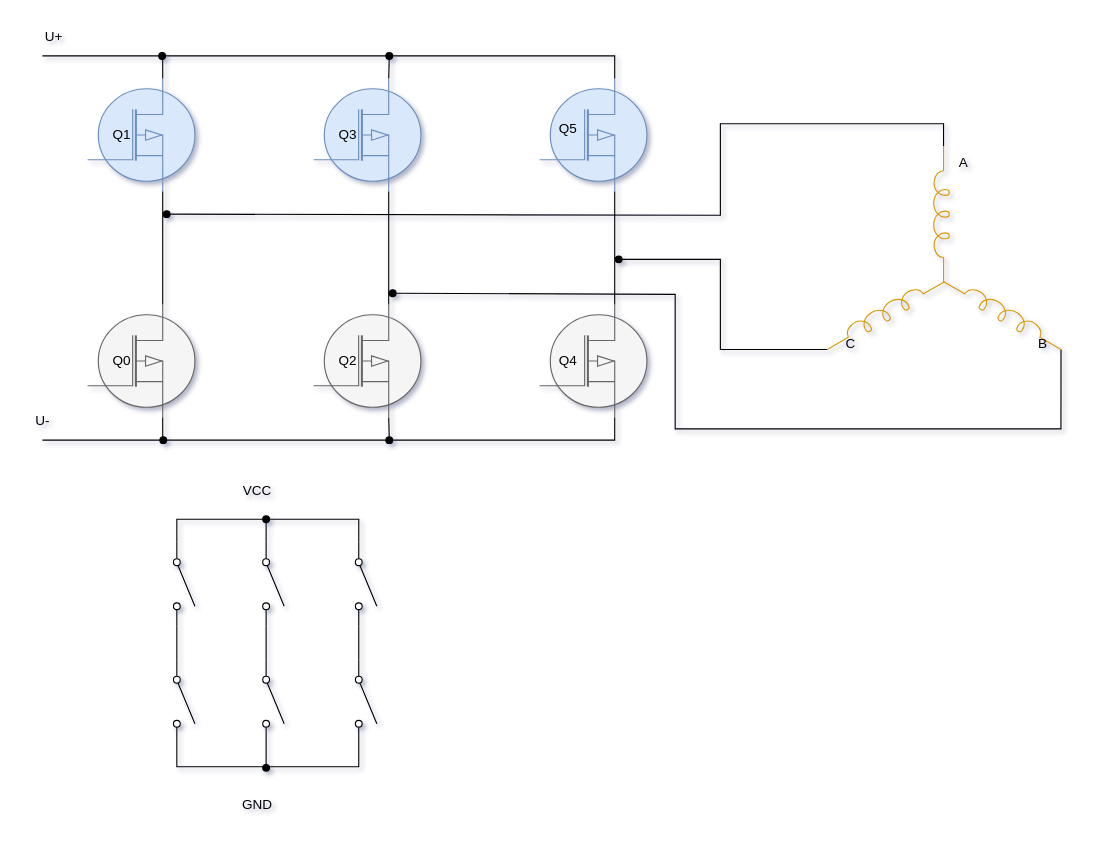
The draw.io diagram page "基础原理" (1 of 2) of 三相对称星形接法.drawio in Vinson-001/Blog-flow-chart, before the edit. Source tidied: cells renumbered, new cells numbered last; positions are measured from the earlier drawing's top-left corner, leaving out a move shared by most shapes. Both pictures are drawn from the tidied source at 113%, with x=0, y=0 at pixel (19, 19).
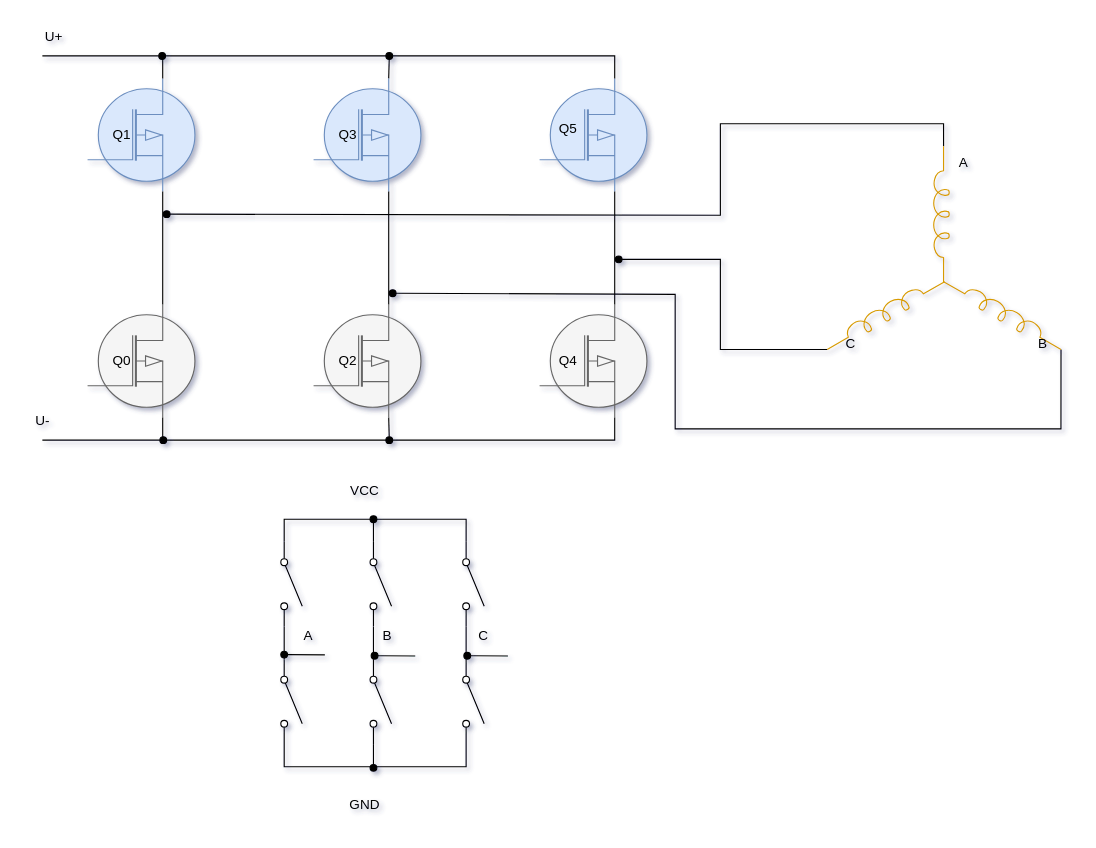
The same diagram, later.

Diff of the diagram source:
```diff
@@
+    <mxCell id="51" style="group;" parent="1" vertex="1">
+      <mxGeometry x="230" y="402" width="202" height="308" as="geometry" />
+    </mxCell>
+    <mxCell id="49" value="VCC" style="text;html=1;align=center;verticalAlign=middle;strokeColor=none;fillColor=none;" parent="51" vertex="1">
+      <mxGeometry x="50" width="50" height="30" as="geometry" />
+    </mxCell>
+    <mxCell id="50" value="GND" style="text;html=1;align=center;verticalAlign=middle;strokeColor=none;fillColor=none;" parent="51" vertex="1">
+      <mxGeometry x="50" y="278" width="50" height="30" as="geometry" />
+    </mxCell>
+    <mxCell id="52" style="group;" parent="51" vertex="1">
+      <mxGeometry y="40" width="202" height="220" as="geometry" />
+    </mxCell>
-    <mxCell id="36" style="edgeStyle=orthogonalEdgeStyle;rounded=0;jettySize=auto;html=1;exitX=1;exitY=0.8;exitDx=0;exitDy=0;entryX=0;entryY=0.8;entryDx=0;entryDy=0;endArrow=none;endFill=0;" parent="1" edge="1" source="38" target="40">
+    <mxCell id="36" style="edgeStyle=orthogonalEdgeStyle;rounded=0;jettySize=auto;html=1;exitX=1;exitY=0.8;exitDx=0;exitDy=0;entryX=0;entryY=0.8;entryDx=0;entryDy=0;endArrow=none;endFill=0;" parent="52" edge="1" source="38" target="40">
       <mxGeometry relative="1" as="geometry" />
     </mxCell>
-    <mxCell id="37" style="edgeStyle=orthogonalEdgeStyle;rounded=0;jettySize=auto;html=1;exitX=0;exitY=0.8;exitDx=0;exitDy=0;entryX=0;entryY=0.8;entryDx=0;entryDy=0;endArrow=none;endFill=0;" parent="1" edge="1" source="38" target="47">
+    <mxCell id="37" style="edgeStyle=orthogonalEdgeStyle;rounded=0;jettySize=auto;html=1;exitX=0;exitY=0.8;exitDx=0;exitDy=0;entryX=0;entryY=0.8;entryDx=0;entryDy=0;endArrow=none;endFill=0;" parent="52" edge="1" source="38" target="47">
       <mxGeometry relative="1" as="geometry" />
     </mxCell>
-    <mxCell id="38" style="html=1;shape=mxgraph.electrical.electro-mechanical.singleSwitch;elSwitchState=off;direction=south;" parent="1" vertex="1">
-      <mxGeometry x="135" y="462" width="20" height="75" as="geometry" />
+    <mxCell id="38" style="html=1;shape=mxgraph.electrical.electro-mechanical.singleSwitch;elSwitchState=off;direction=south;" parent="52" vertex="1">
+      <mxGeometry y="20" width="20" height="75" as="geometry" />
     </mxCell>
-    <mxCell id="39" style="edgeStyle=orthogonalEdgeStyle;rounded=0;jettySize=auto;html=1;exitX=1;exitY=0.8;exitDx=0;exitDy=0;entryX=1;entryY=0.8;entryDx=0;entryDy=0;endArrow=none;endFill=0;" parent="1" edge="1" source="40" target="48">
+    <mxCell id="39" style="edgeStyle=orthogonalEdgeStyle;rounded=0;jettySize=auto;html=1;exitX=1;exitY=0.8;exitDx=0;exitDy=0;entryX=1;entryY=0.8;entryDx=0;entryDy=0;endArrow=none;endFill=0;" parent="52" edge="1" source="40" target="48">
       <mxGeometry relative="1" as="geometry" />
     </mxCell>
-    <mxCell id="40" style="html=1;shape=mxgraph.electrical.electro-mechanical.singleSwitch;elSwitchState=off;direction=south;" parent="1" vertex="1">
-      <mxGeometry x="135" y="566" width="20" height="75" as="geometry" />
+    <mxCell id="40" style="html=1;shape=mxgraph.electrical.electro-mechanical.singleSwitch;elSwitchState=off;direction=south;" parent="52" vertex="1">
+      <mxGeometry y="124" width="20" height="75" as="geometry" />
     </mxCell>
-    <mxCell id="41" style="edgeStyle=orthogonalEdgeStyle;rounded=0;jettySize=auto;html=1;exitX=1;exitY=0.8;exitDx=0;exitDy=0;entryX=0;entryY=0.8;entryDx=0;entryDy=0;endArrow=none;endFill=0;" parent="1" edge="1" source="43" target="45">
+    <mxCell id="41" style="edgeStyle=orthogonalEdgeStyle;rounded=0;jettySize=auto;html=1;exitX=1;exitY=0.8;exitDx=0;exitDy=0;entryX=0;entryY=0.8;entryDx=0;entryDy=0;endArrow=none;endFill=0;" parent="52" edge="1" source="43" target="45">
       <mxGeometry relative="1" as="geometry" />
     </mxCell>
-    <mxCell id="42" style="edgeStyle=orthogonalEdgeStyle;rounded=0;jettySize=auto;html=1;exitX=0;exitY=0.8;exitDx=0;exitDy=0;endArrow=oval;endFill=1;" parent="1" edge="1" source="43">
+    <mxCell id="42" style="edgeStyle=orthogonalEdgeStyle;rounded=0;jettySize=auto;html=1;exitX=0;exitY=0.8;exitDx=0;exitDy=0;endArrow=oval;endFill=1;" parent="52" edge="1" source="43">
       <mxGeometry relative="1" as="geometry">
-        <mxPoint x="218" y="442" as="targetPoint" />
+        <mxPoint x="83" as="targetPoint" />
       </mxGeometry>
     </mxCell>
-    <mxCell id="43" style="html=1;shape=mxgraph.electrical.electro-mechanical.singleSwitch;elSwitchState=off;direction=south;" parent="1" vertex="1">
-      <mxGeometry x="214" y="462" width="20" height="75" as="geometry" />
+    <mxCell id="43" style="html=1;shape=mxgraph.electrical.electro-mechanical.singleSwitch;elSwitchState=off;direction=south;" parent="52" vertex="1">
+      <mxGeometry x="79" y="20" width="20" height="75" as="geometry" />
     </mxCell>
-    <mxCell id="44" style="edgeStyle=orthogonalEdgeStyle;rounded=0;jettySize=auto;html=1;exitX=1;exitY=0.8;exitDx=0;exitDy=0;endArrow=oval;endFill=1;" parent="1" edge="1" source="45">
+    <mxCell id="44" style="edgeStyle=orthogonalEdgeStyle;rounded=0;jettySize=auto;html=1;exitX=1;exitY=0.8;exitDx=0;exitDy=0;endArrow=oval;endFill=1;" parent="52" edge="1" source="45">
       <mxGeometry relative="1" as="geometry">
-        <mxPoint x="218" y="662" as="targetPoint" />
+        <mxPoint x="83" y="220" as="targetPoint" />
       </mxGeometry>
     </mxCell>
-    <mxCell id="45" style="html=1;shape=mxgraph.electrical.electro-mechanical.singleSwitch;elSwitchState=off;direction=south;" parent="1" vertex="1">
-      <mxGeometry x="214" y="566" width="20" height="75" as="geometry" />
+    <mxCell id="45" style="html=1;shape=mxgraph.electrical.electro-mechanical.singleSwitch;elSwitchState=off;direction=south;" parent="52" vertex="1">
+      <mxGeometry x="79" y="124" width="20" height="75" as="geometry" />
     </mxCell>
-    <mxCell id="46" style="edgeStyle=orthogonalEdgeStyle;rounded=0;jettySize=auto;html=1;exitX=1;exitY=0.8;exitDx=0;exitDy=0;entryX=0;entryY=0.8;entryDx=0;entryDy=0;endArrow=none;endFill=0;" parent="1" edge="1" source="47" target="48">
+    <mxCell id="46" style="edgeStyle=orthogonalEdgeStyle;rounded=0;jettySize=auto;html=1;exitX=1;exitY=0.8;exitDx=0;exitDy=0;entryX=0;entryY=0.8;entryDx=0;entryDy=0;endArrow=none;endFill=0;" parent="52" edge="1" source="47" target="48">
       <mxGeometry relative="1" as="geometry" />
     </mxCell>
-    <mxCell id="47" style="html=1;shape=mxgraph.electrical.electro-mechanical.singleSwitch;elSwitchState=off;direction=south;" parent="1" vertex="1">
-      <mxGeometry x="296" y="462" width="20" height="75" as="geometry" />
+    <mxCell id="47" style="html=1;shape=mxgraph.electrical.electro-mechanical.singleSwitch;elSwitchState=off;direction=south;" parent="52" vertex="1">
+      <mxGeometry x="161" y="20" width="20" height="75" as="geometry" />
     </mxCell>
-    <mxCell id="48" style="html=1;shape=mxgraph.electrical.electro-mechanical.singleSwitch;elSwitchState=off;direction=south;" parent="1" vertex="1">
-      <mxGeometry x="296" y="566" width="20" height="75" as="geometry" />
+    <mxCell id="48" style="html=1;shape=mxgraph.electrical.electro-mechanical.singleSwitch;elSwitchState=off;direction=south;" parent="52" vertex="1">
+      <mxGeometry x="161" y="124" width="20" height="75" as="geometry" />
     </mxCell>
-    <mxCell id="49" value="VCC" style="text;html=1;align=center;verticalAlign=middle;strokeColor=none;fillColor=none;" parent="1" vertex="1">
-      <mxGeometry x="185" y="402" width="50" height="30" as="geometry" />
-    </mxCell>
-    <mxCell id="50" value="GND" style="text;html=1;align=center;verticalAlign=middle;strokeColor=none;fillColor=none;" parent="1" vertex="1">
-      <mxGeometry x="185" y="680" width="50" height="30" as="geometry" />
-    </mxCell>
+    <mxCell id="53" style="endArrow=none;html=1;rounded=0;startArrow=oval;startFill=1;" parent="52" edge="1">
+      <mxGeometry relative="1" as="geometry">
+        <mxPoint x="4" y="119.8" as="sourcePoint" />
+        <mxPoint x="40" y="120" as="targetPoint" />
+      </mxGeometry>
+    </mxCell>
+    <mxCell id="54" style="endArrow=none;html=1;rounded=0;startArrow=oval;startFill=1;" parent="52" edge="1">
+      <mxGeometry relative="1" as="geometry">
+        <mxPoint x="84" y="120.8" as="sourcePoint" />
+        <mxPoint x="120" y="121" as="targetPoint" />
+      </mxGeometry>
+    </mxCell>
+    <mxCell id="55" style="endArrow=none;html=1;rounded=0;startArrow=oval;startFill=1;" parent="52" edge="1">
+      <mxGeometry relative="1" as="geometry">
+        <mxPoint x="166" y="120.8" as="sourcePoint" />
+        <mxPoint x="202" y="121" as="targetPoint" />
+      </mxGeometry>
+    </mxCell>
+    <mxCell id="56" value="A" style="text;html=1;align=center;verticalAlign=middle;strokeColor=none;fillColor=none;" parent="52" vertex="1">
+      <mxGeometry x="10" y="88" width="30" height="30" as="geometry" />
+    </mxCell>
+    <mxCell id="57" value="B" style="text;html=1;align=center;verticalAlign=middle;strokeColor=none;fillColor=none;" parent="52" vertex="1">
+      <mxGeometry x="80" y="88" width="30" height="30" as="geometry" />
+    </mxCell>
+    <mxCell id="58" value="C" style="text;html=1;align=center;verticalAlign=middle;strokeColor=none;fillColor=none;" parent="52" vertex="1">
+      <mxGeometry x="165" y="88" width="30" height="30" as="geometry" />
+    </mxCell>
```
